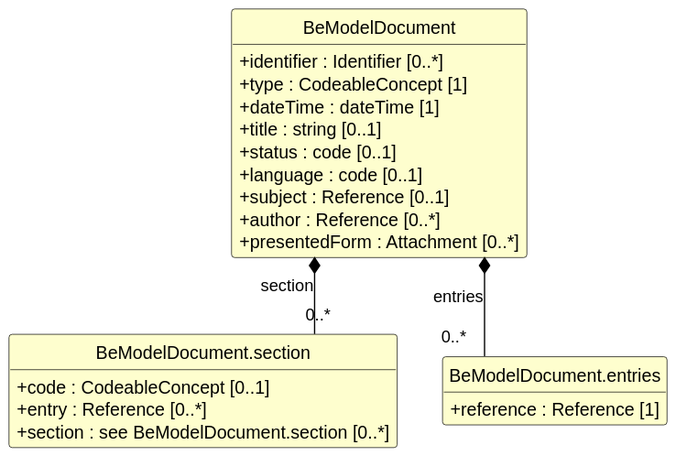
Above: exports/diagrams/BeModelDocument-uml.svg in caresets/caresets-src (PlantUML), before the change.
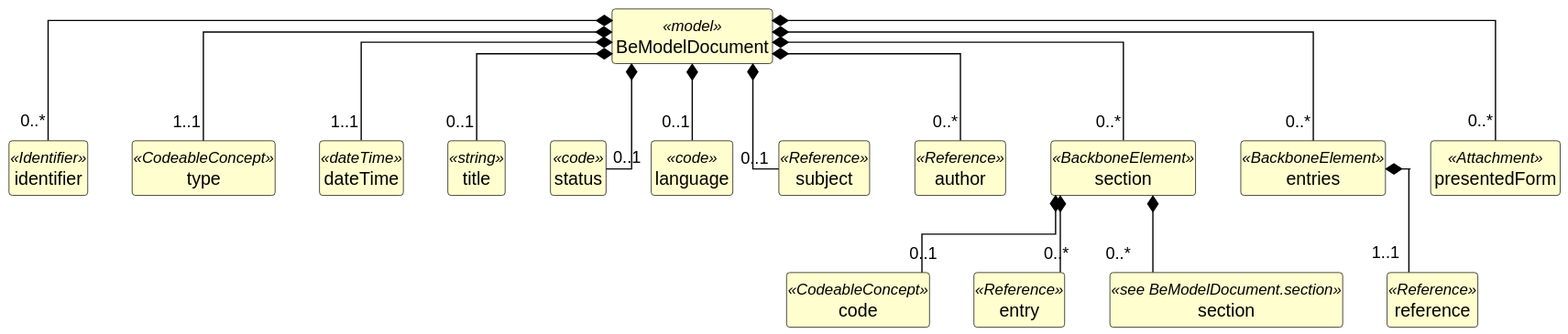
After the commit.

The edit, as a diff of the source:
```diff
@@ -12,28 +12,67 @@
 hide circle
 hide empty members
 
-class "BeModelDocument" as BeModelDocument {
-  +identifier : Identifier [0..*]
-  +type : CodeableConcept [1]
-  +dateTime : dateTime [1]
-  +title : string [0..1]
-  +status : code [0..1]
-  +language : code [0..1]
-  +subject : Reference [0..1]
-  +author : Reference [0..*]
-  +presentedForm : Attachment [0..*]
+class "BeModelDocument" as BeModelDocument <<model>> {
 }
 
-class "BeModelDocument.section" as BeModelDocument_section {
-  +code : CodeableConcept [0..1]
-  +entry : Reference [0..*]
-  +section : see BeModelDocument.section [0..*]
+class "identifier" as BeModelDocument_identifier <<Identifier>> {
 }
 
-class "BeModelDocument.entries" as BeModelDocument_entries {
-  +reference : Reference [1]
+class "type" as BeModelDocument_type <<CodeableConcept>> {
 }
 
-BeModelDocument *-- "0..*" BeModelDocument_section : section
-BeModelDocument *-- "0..*" BeModelDocument_entries : entries
+class "dateTime" as BeModelDocument_dateTime <<dateTime>> {
+}
+
+class "title" as BeModelDocument_title <<string>> {
+}
+
+class "status" as BeModelDocument_status <<code>> {
+}
+
+class "language" as BeModelDocument_language <<code>> {
+}
+
+class "subject" as BeModelDocument_subject <<Reference>> {
+}
+
+class "author" as BeModelDocument_author <<Reference>> {
+}
+
+class "section" as BeModelDocument_section <<BackboneElement>> {
+}
+
+class "code" as BeModelDocument_section_code <<CodeableConcept>> {
+}
+
+class "entry" as BeModelDocument_section_entry <<Reference>> {
+}
+
+class "section" as BeModelDocument_section_section <<see BeModelDocument.section>> {
+}
+
+class "entries" as BeModelDocument_entries <<BackboneElement>> {
+}
+
+class "reference" as BeModelDocument_entries_reference <<Reference>> {
+}
+
+class "presentedForm" as BeModelDocument_presentedForm <<Attachment>> {
+}
+
+BeModelDocument *-- "0..*" BeModelDocument_identifier
+BeModelDocument *-- "1..1" BeModelDocument_type
+BeModelDocument *-- "1..1" BeModelDocument_dateTime
+BeModelDocument *-- "0..1" BeModelDocument_title
+BeModelDocument *-- "0..1" BeModelDocument_status
+BeModelDocument *-- "0..1" BeModelDocument_language
+BeModelDocument *-- "0..1" BeModelDocument_subject
+BeModelDocument *-- "0..*" BeModelDocument_author
+BeModelDocument *-- "0..*" BeModelDocument_section
+BeModelDocument_section *-- "0..1" BeModelDocument_section_code
+BeModelDocument_section *-- "0..*" BeModelDocument_section_entry
+BeModelDocument_section *-- "0..*" BeModelDocument_section_section
+BeModelDocument *-- "0..*" BeModelDocument_entries
+BeModelDocument_entries *-- "1..1" BeModelDocument_entries_reference
+BeModelDocument *-- "0..*" BeModelDocument_presentedForm
 @enduml
```
